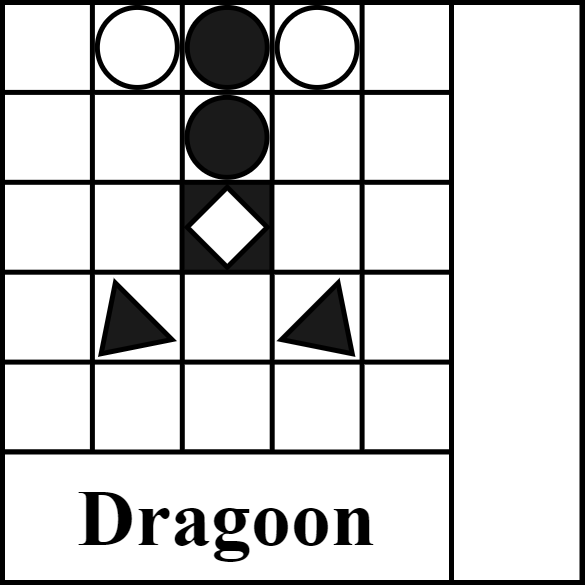
raylingzhu/The_duke_project keeps this draw.io diagram as public/Resources/player 1 tiles/dragoon2.png. Above is the earlier version. Source tidied: cells renumbered, new cells last; positions are measured from the earlier drawing's top-left corner, leaving out a move shared by most shapes. The source it was exported from:
```xml
<mxGraphModel>
  <root>
    <mxCell id="0" />
    <mxCell id="1" parent="0" />
    <mxCell id="2" style="whiteSpace=wrap;html=1;strokeWidth=5;" parent="1" vertex="1">
      <mxGeometry width="580" height="580" as="geometry" />
    </mxCell>
    <mxCell id="3" style="whiteSpace=wrap;html=1;strokeWidth=5;" parent="1" vertex="1">
      <mxGeometry width="89.9" height="89.9" as="geometry" />
    </mxCell>
    <mxCell id="4" style="whiteSpace=wrap;html=1;strokeWidth=5;" parent="1" vertex="1">
      <mxGeometry x="89.9" y="89.9" width="89.9" height="89.9" as="geometry" />
    </mxCell>
    <mxCell id="5" style="whiteSpace=wrap;html=1;strokeWidth=5;" parent="1" vertex="1">
      <mxGeometry y="179.8" width="89.9" height="89.9" as="geometry" />
    </mxCell>
    <mxCell id="6" style="whiteSpace=wrap;html=1;strokeWidth=5;" parent="1" vertex="1">
      <mxGeometry x="89.9" y="269.7" width="89.9" height="89.9" as="geometry" />
    </mxCell>
    <mxCell id="7" style="whiteSpace=wrap;html=1;strokeWidth=5;" parent="1" vertex="1">
      <mxGeometry y="359.6" width="89.9" height="89.9" as="geometry" />
    </mxCell>
    <mxCell id="8" style="whiteSpace=wrap;html=1;strokeWidth=5;" parent="1" vertex="1">
      <mxGeometry x="179.8" y="359.6" width="89.9" height="89.9" as="geometry" />
    </mxCell>
    <mxCell id="9" style="whiteSpace=wrap;html=1;fillColor=#1A1A1A;strokeWidth=5;" parent="1" vertex="1">
      <mxGeometry x="179.6" y="179.8" width="89.9" height="89.9" as="geometry" />
    </mxCell>
    <mxCell id="10" style="whiteSpace=wrap;html=1;strokeWidth=5;" parent="1" vertex="1">
      <mxGeometry x="179.8" width="89.9" height="89.9" as="geometry" />
    </mxCell>
    <mxCell id="11" style="whiteSpace=wrap;html=1;strokeWidth=5;" parent="1" vertex="1">
      <mxGeometry x="269.7" y="89.9" width="89.9" height="89.9" as="geometry" />
    </mxCell>
    <mxCell id="12" style="whiteSpace=wrap;html=1;strokeWidth=5;" parent="1" vertex="1">
      <mxGeometry x="359.6" width="89.9" height="89.9" as="geometry" />
    </mxCell>
    <mxCell id="13" style="whiteSpace=wrap;html=1;strokeWidth=5;" parent="1" vertex="1">
      <mxGeometry x="359.6" y="179.8" width="89.9" height="89.9" as="geometry" />
    </mxCell>
    <mxCell id="14" style="whiteSpace=wrap;html=1;strokeWidth=5;" parent="1" vertex="1">
      <mxGeometry x="269.7" y="269.7" width="89.9" height="89.9" as="geometry" />
    </mxCell>
    <mxCell id="15" style="whiteSpace=wrap;html=1;strokeWidth=5;" parent="1" vertex="1">
      <mxGeometry x="359.6" y="359.6" width="89.9" height="89.9" as="geometry" />
    </mxCell>
    <mxCell id="16" style="rounded=0;whiteSpace=wrap;html=1;strokeWidth=5;" parent="1" vertex="1">
      <mxGeometry x="449" width="130.5" height="580" as="geometry" />
    </mxCell>
    <mxCell id="17" value="&lt;h1&gt;&lt;font size=&quot;1&quot;&gt;&lt;b style=&quot;font-size: 80px&quot;&gt;Dragoon&lt;/b&gt;&lt;/font&gt;&lt;/h1&gt;" style="rounded=0;whiteSpace=wrap;html=1;fontFamily=oswald;fontSource=https%3A%2F%2Ffonts.google.com%2Fspecimen%2FOswald;strokeWidth=5;" parent="1" vertex="1">
      <mxGeometry y="449.5" width="449" height="130.5" as="geometry" />
    </mxCell>
    <mxCell id="18" style="ellipse;whiteSpace=wrap;html=1;fontSize=80;fillColor=#1A1A1A;strokeWidth=5;" parent="1" vertex="1">
      <mxGeometry x="184.5" y="94.8" width="80" height="80" as="geometry" />
    </mxCell>
    <mxCell id="19" style="ellipse;whiteSpace=wrap;html=1;fontSize=80;fillColor=#1A1A1A;strokeWidth=5;" parent="1" vertex="1">
      <mxGeometry x="184.8" y="4.9" width="80" height="80" as="geometry" />
    </mxCell>
    <mxCell id="20" style="triangle;whiteSpace=wrap;html=1;fontSize=80;strokeWidth=5;fillColor=#1A1A1A;rotation=45;" parent="1" vertex="1">
      <mxGeometry x="298.5" y="290" width="60" height="80" as="geometry" />
    </mxCell>
    <mxCell id="21" style="triangle;whiteSpace=wrap;html=1;fontSize=80;strokeWidth=5;fillColor=#1A1A1A;rotation=135;" parent="1" vertex="1">
      <mxGeometry x="89.9" y="290" width="60" height="80" as="geometry" />
    </mxCell>
    <mxCell id="22" style="rhombus;whiteSpace=wrap;html=1;fontSize=80;strokeWidth=5;fillColor=#FFFFFF;" parent="1" vertex="1">
      <mxGeometry x="184.8" y="184.8" width="80" height="80" as="geometry" />
    </mxCell>
    <mxCell id="23" style="ellipse;whiteSpace=wrap;html=1;fontSize=80;strokeWidth=5;fillColor=#FFFFFF;" parent="1" vertex="1">
      <mxGeometry x="274.7" y="4.9" width="80" height="80" as="geometry" />
    </mxCell>
    <mxCell id="24" style="ellipse;whiteSpace=wrap;html=1;fontSize=80;strokeWidth=5;fillColor=#FFFFFF;" parent="1" vertex="1">
      <mxGeometry x="94.9" y="4.9" width="80" height="80" as="geometry" />
    </mxCell>
  </root>
</mxGraphModel>
```
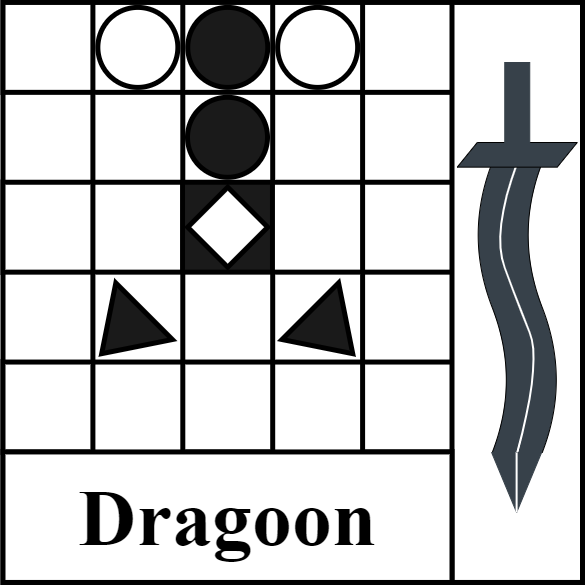
The same diagram one commit later.

Change to the diagram source:
```diff
@@ -2,74 +2,98 @@
   <root>
     <mxCell id="0" />
     <mxCell id="1" parent="0" />
-    <mxCell id="2" style="whiteSpace=wrap;html=1;strokeWidth=5;" parent="1" vertex="1">
-      <mxGeometry width="580" height="580" as="geometry" />
-    </mxCell>
-    <mxCell id="3" style="whiteSpace=wrap;html=1;strokeWidth=5;" parent="1" vertex="1">
-      <mxGeometry width="89.9" height="89.9" as="geometry" />
-    </mxCell>
-    <mxCell id="4" style="whiteSpace=wrap;html=1;strokeWidth=5;" parent="1" vertex="1">
-      <mxGeometry x="89.9" y="89.9" width="89.9" height="89.9" as="geometry" />
-    </mxCell>
-    <mxCell id="5" style="whiteSpace=wrap;html=1;strokeWidth=5;" parent="1" vertex="1">
-      <mxGeometry y="179.8" width="89.9" height="89.9" as="geometry" />
-    </mxCell>
-    <mxCell id="6" style="whiteSpace=wrap;html=1;strokeWidth=5;" parent="1" vertex="1">
-      <mxGeometry x="89.9" y="269.7" width="89.9" height="89.9" as="geometry" />
-    </mxCell>
-    <mxCell id="7" style="whiteSpace=wrap;html=1;strokeWidth=5;" parent="1" vertex="1">
-      <mxGeometry y="359.6" width="89.9" height="89.9" as="geometry" />
-    </mxCell>
-    <mxCell id="8" style="whiteSpace=wrap;html=1;strokeWidth=5;" parent="1" vertex="1">
-      <mxGeometry x="179.8" y="359.6" width="89.9" height="89.9" as="geometry" />
-    </mxCell>
-    <mxCell id="9" style="whiteSpace=wrap;html=1;fillColor=#1A1A1A;strokeWidth=5;" parent="1" vertex="1">
-      <mxGeometry x="179.6" y="179.8" width="89.9" height="89.9" as="geometry" />
-    </mxCell>
-    <mxCell id="10" style="whiteSpace=wrap;html=1;strokeWidth=5;" parent="1" vertex="1">
-      <mxGeometry x="179.8" width="89.9" height="89.9" as="geometry" />
-    </mxCell>
-    <mxCell id="11" style="whiteSpace=wrap;html=1;strokeWidth=5;" parent="1" vertex="1">
-      <mxGeometry x="269.7" y="89.9" width="89.9" height="89.9" as="geometry" />
-    </mxCell>
-    <mxCell id="12" style="whiteSpace=wrap;html=1;strokeWidth=5;" parent="1" vertex="1">
-      <mxGeometry x="359.6" width="89.9" height="89.9" as="geometry" />
-    </mxCell>
-    <mxCell id="13" style="whiteSpace=wrap;html=1;strokeWidth=5;" parent="1" vertex="1">
-      <mxGeometry x="359.6" y="179.8" width="89.9" height="89.9" as="geometry" />
-    </mxCell>
-    <mxCell id="14" style="whiteSpace=wrap;html=1;strokeWidth=5;" parent="1" vertex="1">
-      <mxGeometry x="269.7" y="269.7" width="89.9" height="89.9" as="geometry" />
-    </mxCell>
-    <mxCell id="15" style="whiteSpace=wrap;html=1;strokeWidth=5;" parent="1" vertex="1">
-      <mxGeometry x="359.6" y="359.6" width="89.9" height="89.9" as="geometry" />
-    </mxCell>
-    <mxCell id="16" style="rounded=0;whiteSpace=wrap;html=1;strokeWidth=5;" parent="1" vertex="1">
-      <mxGeometry x="449" width="130.5" height="580" as="geometry" />
-    </mxCell>
+    <mxCell id="25" style="whiteSpace=wrap;html=1;strokeWidth=5;" parent="1" vertex="1">
+      <mxGeometry width="580" height="580" as="geometry" />
+    </mxCell>
+    <mxCell id="26" style="whiteSpace=wrap;html=1;strokeWidth=5;" parent="1" vertex="1">
+      <mxGeometry width="89.9" height="89.9" as="geometry" />
+    </mxCell>
+    <mxCell id="27" style="whiteSpace=wrap;html=1;strokeWidth=5;" parent="1" vertex="1">
+      <mxGeometry x="89.9" y="89.8" width="89.9" height="89.9" as="geometry" />
+    </mxCell>
+    <mxCell id="28" style="whiteSpace=wrap;html=1;strokeWidth=5;" parent="1" vertex="1">
+      <mxGeometry y="179.8" width="89.9" height="89.9" as="geometry" />
+    </mxCell>
+    <mxCell id="29" style="whiteSpace=wrap;html=1;strokeWidth=5;" parent="1" vertex="1">
+      <mxGeometry x="89.9" y="269.6" width="89.9" height="89.9" as="geometry" />
+    </mxCell>
+    <mxCell id="30" style="whiteSpace=wrap;html=1;strokeWidth=5;" parent="1" vertex="1">
+      <mxGeometry y="359.6" width="89.9" height="89.9" as="geometry" />
+    </mxCell>
+    <mxCell id="31" style="whiteSpace=wrap;html=1;strokeWidth=5;" parent="1" vertex="1">
+      <mxGeometry x="179.8" y="359.6" width="89.9" height="89.9" as="geometry" />
+    </mxCell>
+    <mxCell id="32" style="whiteSpace=wrap;html=1;fillColor=#1A1A1A;strokeWidth=5;" parent="1" vertex="1">
+      <mxGeometry x="179.5" y="179.8" width="89.9" height="89.9" as="geometry" />
+    </mxCell>
+    <mxCell id="33" style="whiteSpace=wrap;html=1;strokeWidth=5;" parent="1" vertex="1">
+      <mxGeometry x="179.8" width="89.9" height="89.9" as="geometry" />
+    </mxCell>
+    <mxCell id="34" style="whiteSpace=wrap;html=1;strokeWidth=5;" parent="1" vertex="1">
+      <mxGeometry x="269.7" y="89.8" width="89.9" height="89.9" as="geometry" />
+    </mxCell>
+    <mxCell id="35" style="whiteSpace=wrap;html=1;strokeWidth=5;" parent="1" vertex="1">
+      <mxGeometry x="359.6" width="89.9" height="89.9" as="geometry" />
+    </mxCell>
+    <mxCell id="36" style="whiteSpace=wrap;html=1;strokeWidth=5;" parent="1" vertex="1">
+      <mxGeometry x="359.6" y="179.8" width="89.9" height="89.9" as="geometry" />
+    </mxCell>
+    <mxCell id="37" style="whiteSpace=wrap;html=1;strokeWidth=5;" parent="1" vertex="1">
+      <mxGeometry x="269.7" y="269.6" width="89.9" height="89.9" as="geometry" />
+    </mxCell>
+    <mxCell id="38" style="whiteSpace=wrap;html=1;strokeWidth=5;" parent="1" vertex="1">
+      <mxGeometry x="359.6" y="359.6" width="89.9" height="89.9" as="geometry" />
+    </mxCell>
+    <mxCell id="39" style="rounded=0;whiteSpace=wrap;html=1;strokeWidth=5;" parent="1" vertex="1">
+      <mxGeometry x="449" width="130.5" height="580" as="geometry" />
+    </mxCell>
     <mxCell id="17" value="&lt;h1&gt;&lt;font size=&quot;1&quot;&gt;&lt;b style=&quot;font-size: 80px&quot;&gt;Dragoon&lt;/b&gt;&lt;/font&gt;&lt;/h1&gt;" style="rounded=0;whiteSpace=wrap;html=1;fontFamily=oswald;fontSource=https%3A%2F%2Ffonts.google.com%2Fspecimen%2FOswald;strokeWidth=5;" parent="1" vertex="1">
       <mxGeometry y="449.5" width="449" height="130.5" as="geometry" />
     </mxCell>
-    <mxCell id="18" style="ellipse;whiteSpace=wrap;html=1;fontSize=80;fillColor=#1A1A1A;strokeWidth=5;" parent="1" vertex="1">
-      <mxGeometry x="184.5" y="94.8" width="80" height="80" as="geometry" />
-    </mxCell>
-    <mxCell id="19" style="ellipse;whiteSpace=wrap;html=1;fontSize=80;fillColor=#1A1A1A;strokeWidth=5;" parent="1" vertex="1">
-      <mxGeometry x="184.8" y="4.9" width="80" height="80" as="geometry" />
-    </mxCell>
-    <mxCell id="20" style="triangle;whiteSpace=wrap;html=1;fontSize=80;strokeWidth=5;fillColor=#1A1A1A;rotation=45;" parent="1" vertex="1">
-      <mxGeometry x="298.5" y="290" width="60" height="80" as="geometry" />
-    </mxCell>
-    <mxCell id="21" style="triangle;whiteSpace=wrap;html=1;fontSize=80;strokeWidth=5;fillColor=#1A1A1A;rotation=135;" parent="1" vertex="1">
-      <mxGeometry x="89.9" y="290" width="60" height="80" as="geometry" />
-    </mxCell>
-    <mxCell id="22" style="rhombus;whiteSpace=wrap;html=1;fontSize=80;strokeWidth=5;fillColor=#FFFFFF;" parent="1" vertex="1">
-      <mxGeometry x="184.8" y="184.8" width="80" height="80" as="geometry" />
-    </mxCell>
-    <mxCell id="23" style="ellipse;whiteSpace=wrap;html=1;fontSize=80;strokeWidth=5;fillColor=#FFFFFF;" parent="1" vertex="1">
-      <mxGeometry x="274.7" y="4.9" width="80" height="80" as="geometry" />
-    </mxCell>
-    <mxCell id="24" style="ellipse;whiteSpace=wrap;html=1;fontSize=80;strokeWidth=5;fillColor=#FFFFFF;" parent="1" vertex="1">
-      <mxGeometry x="94.9" y="4.9" width="80" height="80" as="geometry" />
-    </mxCell>
+    <mxCell id="40" style="ellipse;whiteSpace=wrap;html=1;fontSize=80;fillColor=#1A1A1A;strokeWidth=5;" parent="1" vertex="1">
+      <mxGeometry x="184.5" y="94.8" width="80" height="80" as="geometry" />
+    </mxCell>
+    <mxCell id="41" style="ellipse;whiteSpace=wrap;html=1;fontSize=80;fillColor=#1A1A1A;strokeWidth=5;" parent="1" vertex="1">
+      <mxGeometry x="184.8" y="4.9" width="80" height="80" as="geometry" />
+    </mxCell>
+    <mxCell id="42" style="triangle;whiteSpace=wrap;html=1;fontSize=80;strokeWidth=5;fillColor=#1A1A1A;rotation=45;" parent="1" vertex="1">
+      <mxGeometry x="298.5" y="290" width="60" height="80" as="geometry" />
+    </mxCell>
+    <mxCell id="43" style="triangle;whiteSpace=wrap;html=1;fontSize=80;strokeWidth=5;fillColor=#1A1A1A;rotation=135;" parent="1" vertex="1">
+      <mxGeometry x="89.9" y="290" width="60" height="80" as="geometry" />
+    </mxCell>
+    <mxCell id="44" style="rhombus;whiteSpace=wrap;html=1;fontSize=80;strokeWidth=5;fillColor=#FFFFFF;" parent="1" vertex="1">
+      <mxGeometry x="184.8" y="184.7" width="80" height="80" as="geometry" />
+    </mxCell>
+    <mxCell id="45" style="ellipse;whiteSpace=wrap;html=1;fontSize=80;strokeWidth=5;fillColor=#FFFFFF;" parent="1" vertex="1">
+      <mxGeometry x="274.6" y="4.9" width="80" height="80" as="geometry" />
+    </mxCell>
+    <mxCell id="46" style="ellipse;whiteSpace=wrap;html=1;fontSize=80;strokeWidth=5;fillColor=#FFFFFF;" parent="1" vertex="1">
+      <mxGeometry x="94.8" y="4.9" width="80" height="80" as="geometry" />
+    </mxCell>
+    <mxCell id="47" style="shape=tape;whiteSpace=wrap;html=1;fontFamily=Lucida Console;fontColor=#FFFFFF;fillColor=#37414A;rotation=-90;size=0.384492307692305;" parent="1" vertex="1">
+      <mxGeometry x="369.2" y="264.4" width="290" height="81.2" as="geometry" />
+    </mxCell>
+    <mxCell id="48" style="curved=1;endArrow=none;html=1;rounded=0;fontFamily=Lucida Console;fontColor=#FFFFFF;endFill=0;entryX=1;entryY=0.5;entryDx=0;entryDy=0;entryPerimeter=0;exitX=0;exitY=0.5;exitDx=0;exitDy=0;exitPerimeter=0;strokeColor=#FFFFFF;strokeWidth=2;" parent="1" edge="1" source="47" target="47">
+      <mxGeometry relative="1" as="geometry">
+        <Array as="points">
+          <mxPoint x="538.6" y="360" />
+          <mxPoint x="514.6" y="300" />
+          <mxPoint x="488.6" y="230" />
+        </Array>
+      </mxGeometry>
+    </mxCell>
+    <mxCell id="49" style="shape=parallelogram;perimeter=parallelogramPerimeter;whiteSpace=wrap;html=1;fixedSize=1;fontFamily=Lucida Console;fontColor=#FFFFFF;fillColor=#37414A;" parent="1" vertex="1">
+      <mxGeometry x="454.2" y="140" width="120" height="24.6" as="geometry" />
+    </mxCell>
+    <mxCell id="50" style="triangle;whiteSpace=wrap;html=1;fontFamily=Lucida Console;fontColor=#FFFFFF;fillColor=#37414A;rotation=90;strokeColor=#37414A;" parent="1" vertex="1">
+      <mxGeometry x="483.6" y="455" width="60" height="50" as="geometry" />
+    </mxCell>
+    <mxCell id="51" style="endArrow=none;html=1;rounded=0;fontFamily=Lucida Console;fontColor=#FFFFFF;strokeColor=#FFFFFF;strokeWidth=2;exitX=1;exitY=0.5;exitDx=0;exitDy=0;entryX=0;entryY=0.5;entryDx=0;entryDy=0;" parent="1" edge="1" source="50" target="50">
+      <mxGeometry relative="1" as="geometry" />
+    </mxCell>
+    <mxCell id="52" style="rounded=0;whiteSpace=wrap;html=1;fontFamily=Lucida Console;fontColor=#FFFFFF;strokeColor=#37414A;fillColor=#37414A;" parent="1" vertex="1">
+      <mxGeometry x="501.8" y="60" width="25" height="80" as="geometry" />
+    </mxCell>
   </root>
 </mxGraphModel>
```
